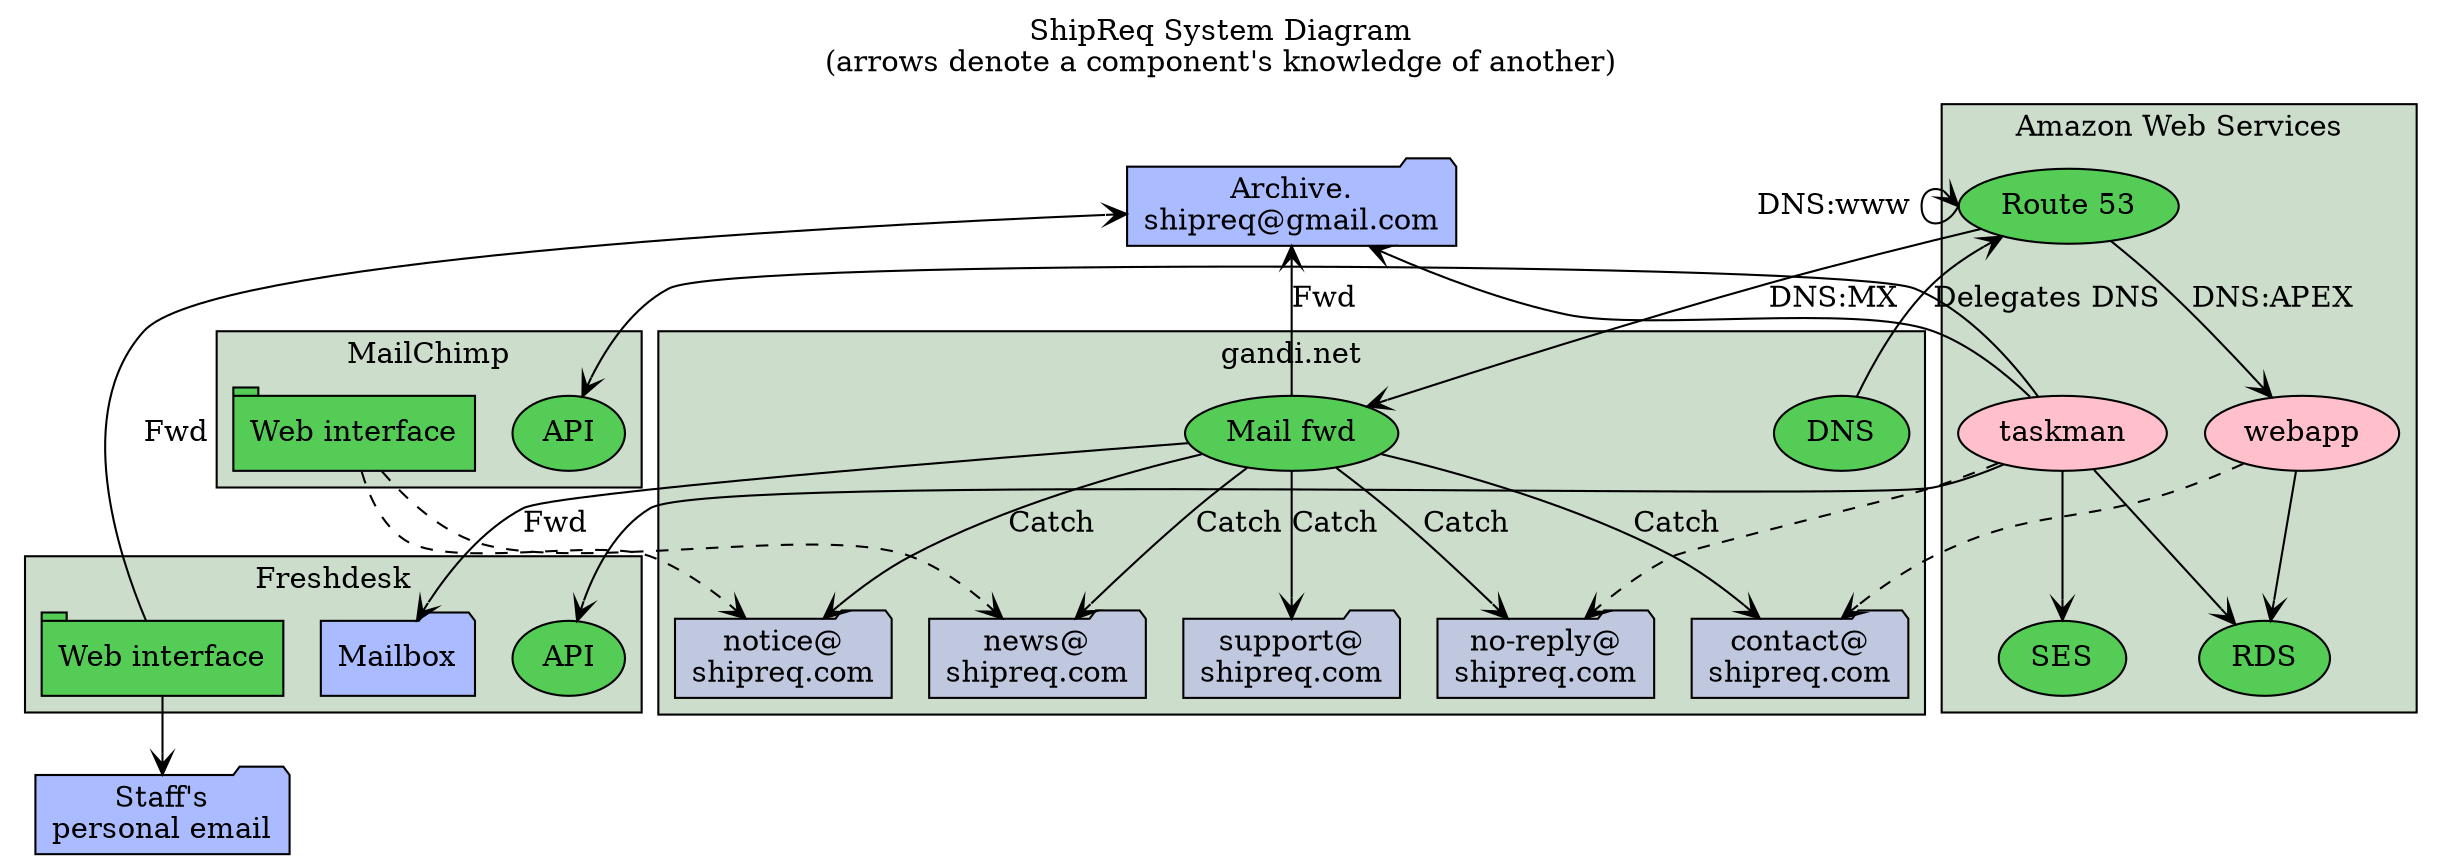
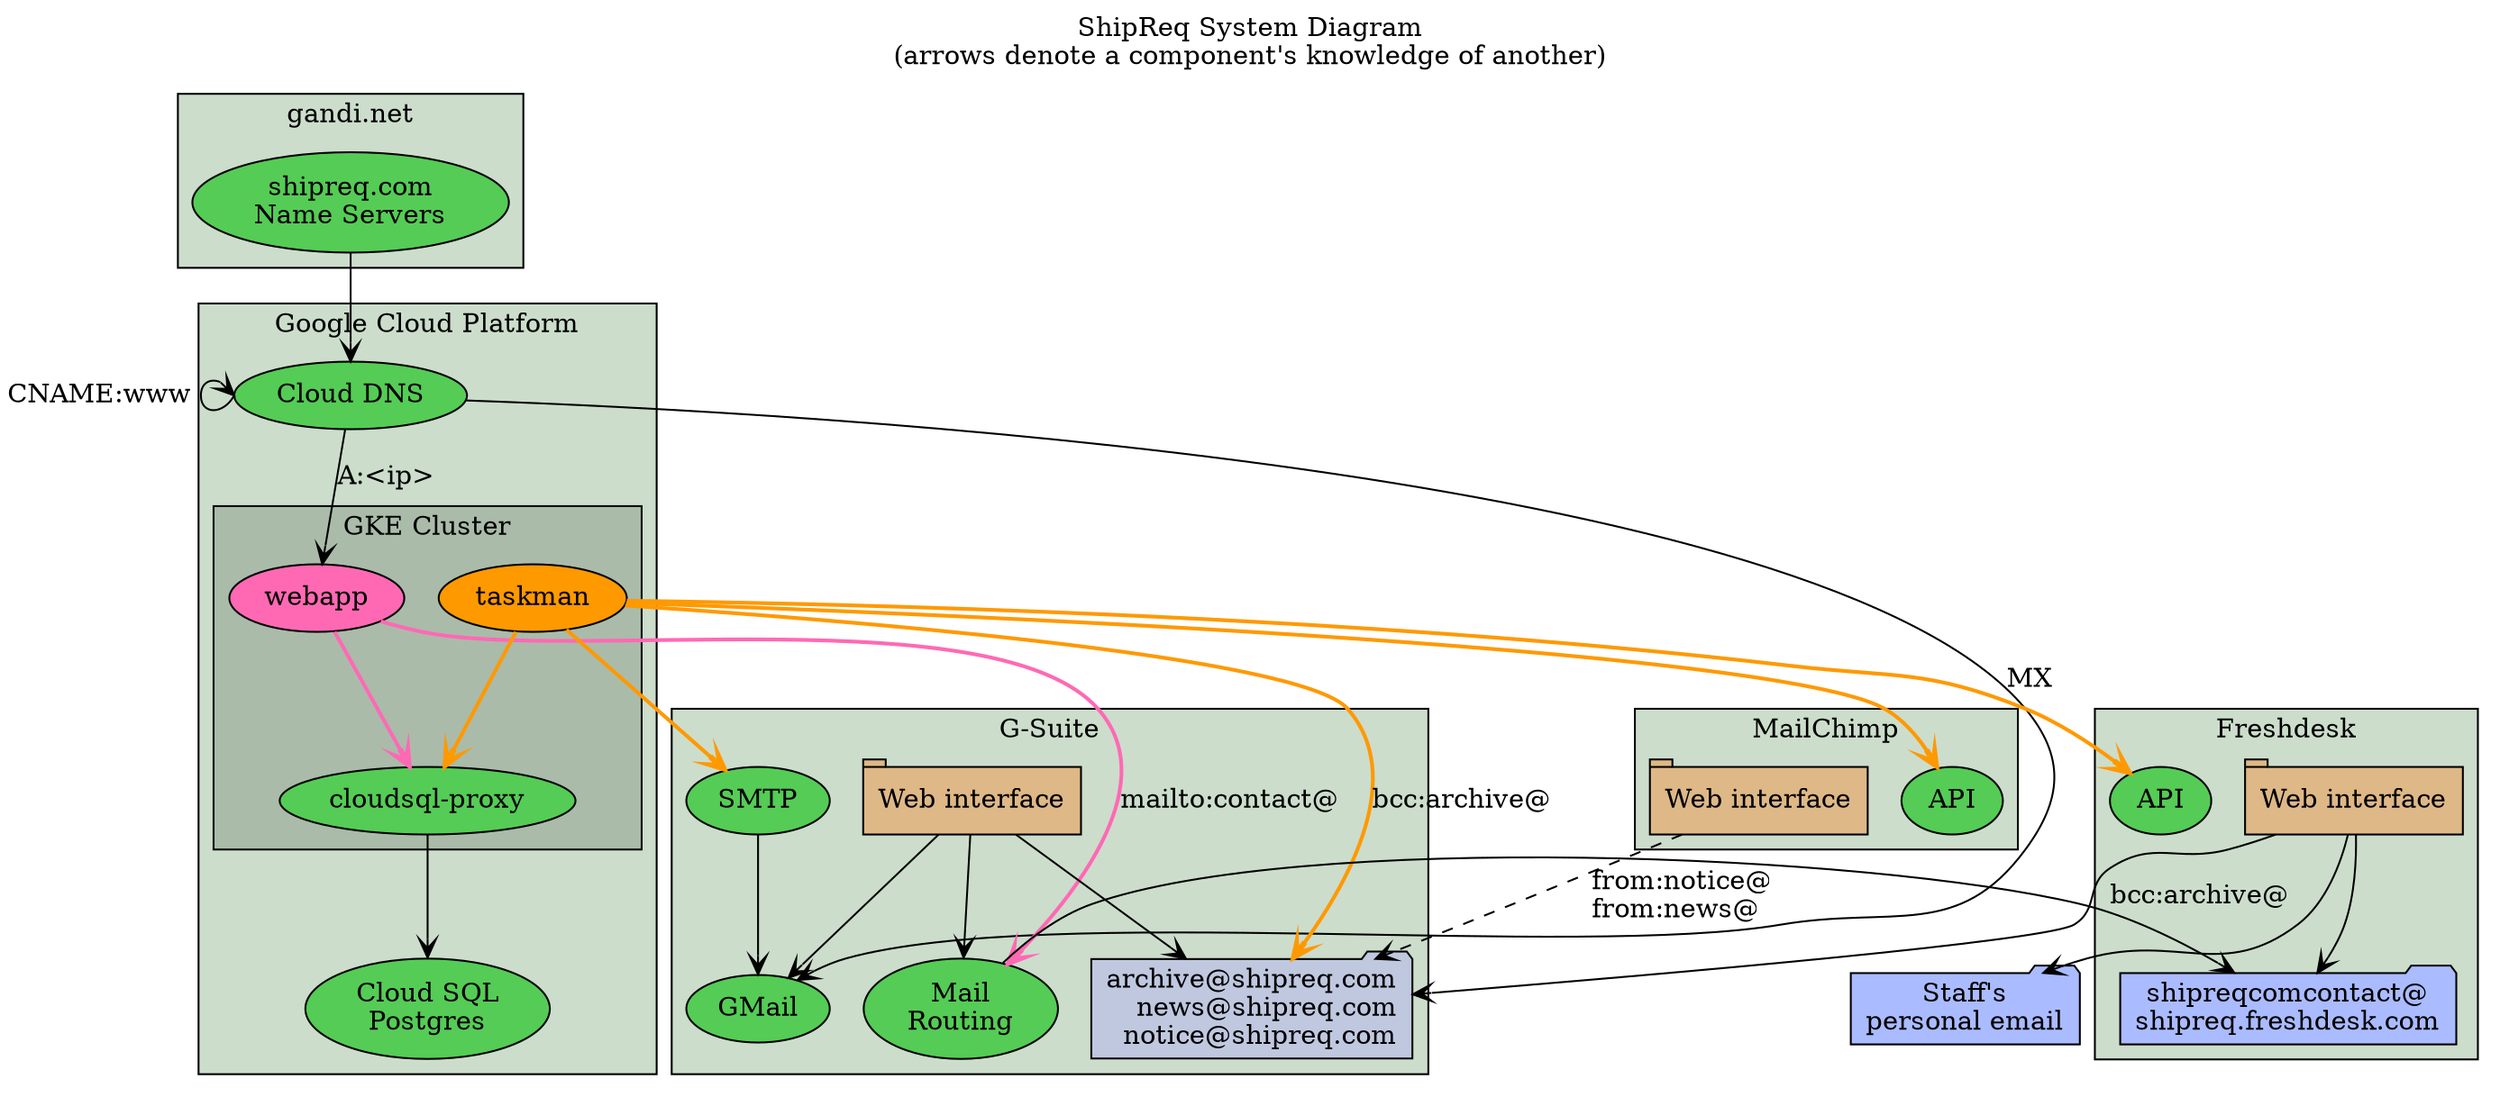
digraph G {
  compound=true
  labelloc=t
  label="ShipReq System Diagram\n(arrows denote a component's knowledge of another)"
  style=filled fillcolor="#e2ffe2"
  node [style=filled fillcolor="#55cc55"]
  edge [arrowhead=vee arrowtail=vee]

  // -----------------------------------------------------------------------------------------------

-   mail_archive [label="Archive.\nshipreq@gmail.com" shape=folder style=filled fillcolor="#aabbff"]
-   staff_mail   [label="Staff's\npersonal email" shape=folder style=filled fillcolor="#aabbff"]
+   staff_mail [label="Staff's\npersonal email" shape=folder style=filled fillcolor="#aabbff"]

  subgraph cluster_gandi {
    fillcolor="#ccddcc"
    label="gandi.net"
-     gandi_dns [label="DNS"]
-     gandi_mx [label="Mail fwd"]
-     {node[shape=folder style=filled fillcolor="#c0c8e0"]
-       ea_contact [label="contact@\nshipreq.com"]
-       ea_news    [label="news@\nshipreq.com"]
-       ea_notice  [label="notice@\nshipreq.com"]
-       ea_support [label="support@\nshipreq.com"]
-       ea_noreply [label="no-reply@\nshipreq.com"]
+     gandi_dns [label="shipreq.com\nName Servers"]
+   }
+ 
+   subgraph cluster_gcp {
+     fillcolor="#ccddcc"
+     label="Google Cloud Platform"
+     cloud_dns [label="Cloud DNS"]
+     cloud_sql [label="Cloud SQL\nPostgres"]
+     subgraph cluster_gke {
+       fillcolor="#aabbaa"
+       label="GKE Cluster"
+       webapp  [fillcolor="hotpink" label="webapp"]
+       taskman [fillcolor="#ff9900" label="taskman"]
+       cloudsqlproxy [label="cloudsql-proxy"]
    }
  }

-   subgraph cluster_aws {
+   subgraph cluster_gsuite {
    fillcolor="#ccddcc"
-     label="Amazon Web Services"
-     aws_r53 [label="Route 53"]
-     aws_rds [label="RDS"]
-     aws_ses [label="SES"]
-     {node[fillcolor=pink]
-       webapp  [label="webapp"]
-       taskman [label="taskman"]
+     label="G-Suite"
+     gsuite_mail [label="GMail"]
+     gsuite_route [label="Mail\nRouting"]
+     gsuite_smtp [label="SMTP"]
+     gsuite_web [label="Web interface" shape=tab fillcolor=burlywood]
+     {node[shape=folder style=filled fillcolor="#c0c8e0"]
+       gsuite_groups [label="archive@shipreq.com\rnews@shipreq.com\rnotice@shipreq.com\r"]
    }
  }

  subgraph cluster_mc {
    fillcolor="#ccddcc"
    label="MailChimp"
    mc_api [label="API"]
-     mc_web [label="Web interface" shape=tab]
+     mc_web [label="Web interface" shape=tab fillcolor=burlywood]
  }

  subgraph cluster_fd {
    fillcolor="#ccddcc"
    label="Freshdesk"
-     fd_mail [label="Mailbox" shape=folder style=filled fillcolor="#aabbff"]
-     fd_web [label="Web interface" shape=tab]
+     fd_mail [label="shipreqcomcontact@\nshipreq.freshdesk.com" shape=folder style=filled fillcolor="#aabbff"]
+     fd_web [label="Web interface" shape=tab fillcolor=burlywood]
    fd_api [label="API"]
  }

  // -----------------------------------------------------------------------------------------------

-   // DNS
-   gandi_dns    -> aws_r53   [label="Delegates DNS"]
-   aws_r53:w    -> aws_r53:w [label="DNS:www " dir=back]
-   aws_r53      -> webapp    [label="DNS:APEX"]
+   cloud_dns     -> gsuite_mail [label="MX"]
+   cloud_dns     -> webapp      [label="A:<ip>"]
+   cloud_dns:w   -> cloud_dns:w [label="CNAME:www " dir=back]
+   cloudsqlproxy -> cloud_sql
+   fd_web        -> fd_mail
+   fd_web        -> gsuite_groups [label="bcc:archive@"]
+   fd_web        -> staff_mail
+   gandi_dns     -> cloud_dns
+   gsuite_route  -> fd_mail
+   gsuite_smtp   -> gsuite_mail
+   gsuite_web    -> gsuite_mail,gsuite_groups,gsuite_route
+   mc_web        -> gsuite_groups [style=dashed label="from:notice@\lfrom:news@\l"]

-   // Email forwarding
-   aws_r53      -> gandi_mx [label="DNS:MX"]
-   gandi_mx     -> ea_support,ea_noreply,ea_contact,ea_news,ea_notice [label="Catch"]
-   gandi_mx     -> fd_mail [label="Fwd"]
-   mail_archive -> gandi_mx [label="Fwd" dir=back]
+   edge[color="#ff9900" penwidth=2]
+   taskman       -> cloudsqlproxy
+   taskman       -> fd_api
+   taskman       -> gsuite_groups [label="bcc:archive@"]
+   taskman       -> gsuite_smtp
+   taskman       -> mc_api

-   webapp       -> aws_rds
-   webapp       -> ea_contact [style=dashed]
+   edge[color=hotpink penwidth=2]
+   webapp        -> cloudsqlproxy
+   webapp        -> gsuite_route  [label="mailto:contact@"]

-   taskman      -> aws_ses
-   taskman      -> aws_rds
-   taskman      -> mc_api
-   taskman      -> fd_api
-   taskman      -> ea_noreply [style=dashed]
-   mail_archive -> taskman [dir=back]
+ /*
+   // Email from users
+   {
+     edge [style=dashed color=red fontcolor=red]
+   }

-   mc_web       -> ea_news,ea_notice [style=dashed]
- 
-   fd_web       -> staff_mail
-   mail_archive -> fd_web [label="Fwd" dir=back]
+   // Email to users
+   {
+     edge [style=dashed color="#000099" fontcolor="#000099"]
+   }
+ */

}
